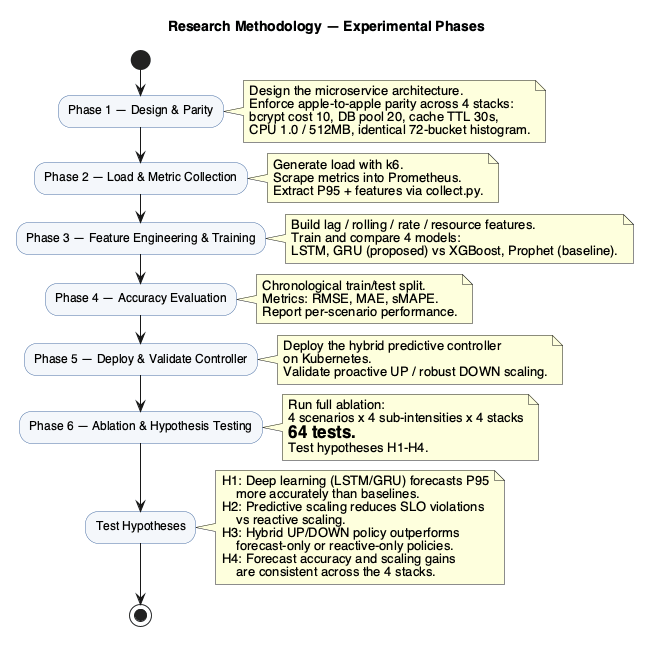
The PlantUML diagram docs/figures/diagrams/09_research_methodology.png in IkoAfianando/predictive-autoscaling, before a commit.
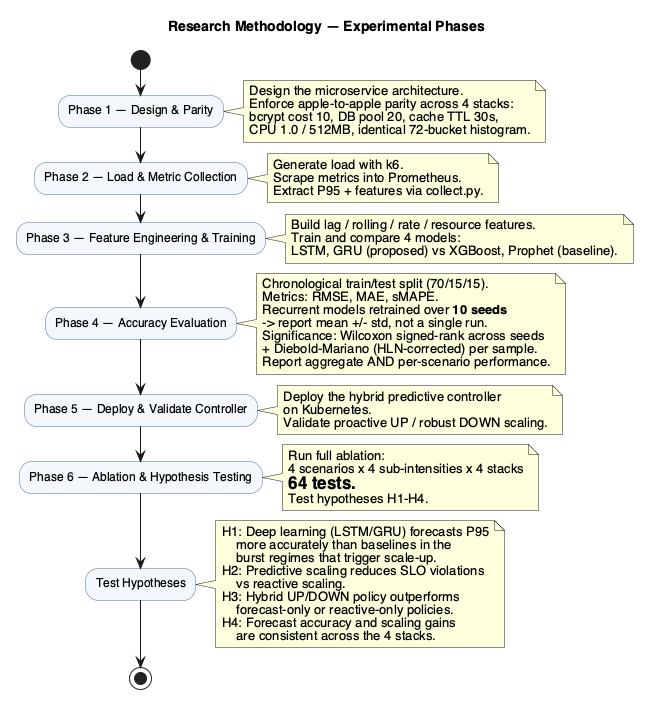
Above is the later version.

Commit message:
Update research methodology diagram to match the canonical evaluation

Phase 4 now states what the evaluation actually does: recurrent models are
retrained over ten seeds and reported as mean +/- std, with Wilcoxon signed-rank
across seeds and an HLN-corrected Diebold-Mariano test per sample. H1 is
narrowed to the burst regimes, which is where the measured advantage holds.

Adds the PlantUML source so the diagram can be regenerated.

The edit, as a diff of the source:
```diff
@@ -36,9 +36,13 @@
 
 :Phase 4 — Accuracy Evaluation;
 note right
-  Chronological train/test split.
+  Chronological train/test split (70/15/15).
   Metrics: RMSE, MAE, sMAPE.
-  Report per-scenario performance.
+  Recurrent models retrained over **10 seeds**
+  -> report mean +/- std, not a single run.
+  Significance: Wilcoxon signed-rank across seeds
+  + Diebold-Mariano (HLN-corrected) per sample.
+  Report aggregate AND per-scenario performance.
 end note
 
 :Phase 5 — Deploy & Validate Controller;
@@ -59,7 +63,8 @@
 :Test Hypotheses;
 note right
   H1: Deep learning (LSTM/GRU) forecasts P95
-      more accurately than baselines.
+      more accurately than baselines in the
+      burst regimes that trigger scale-up.
   H2: Predictive scaling reduces SLO violations
       vs reactive scaling.
   H3: Hybrid UP/DOWN policy outperforms
```
